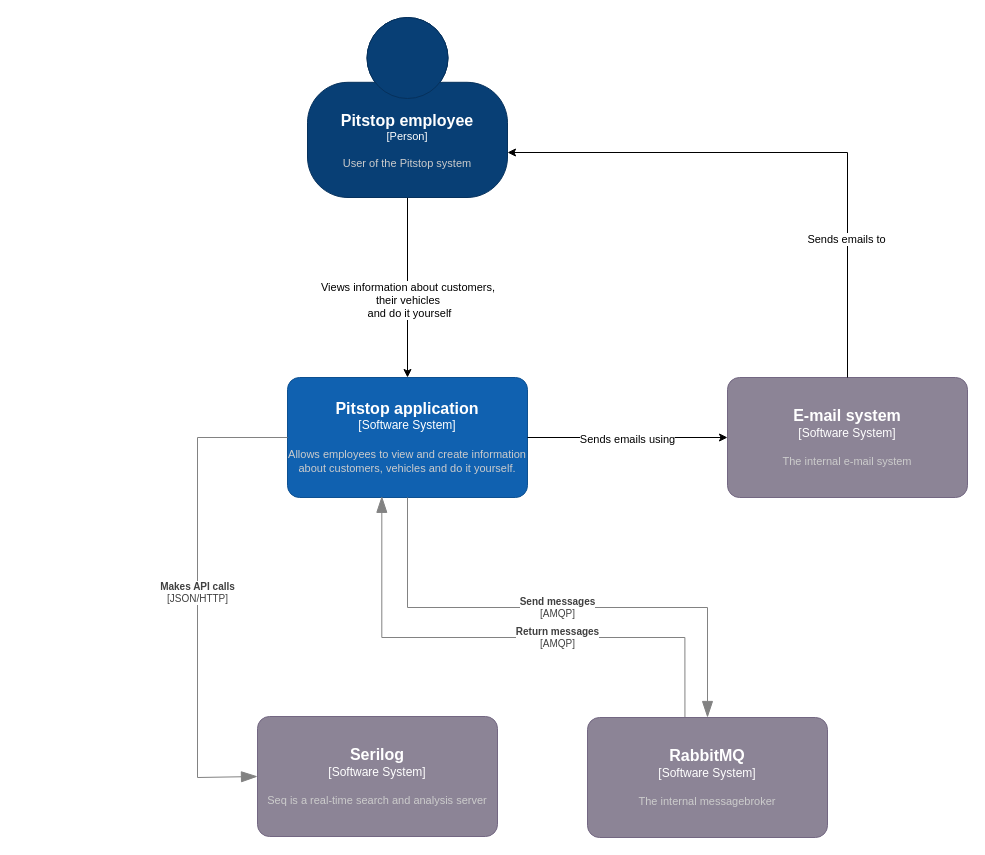
Earlier version of the draw.io diagram page "C4-system_context" (1 of 2) of c4/c4-pitstop.drawio (hanaim-devops/devops-bp-pitstop-uitbreiding-team-knoppert). Source tidied: cells renumbered, new cells numbered last; positions are measured from the earlier drawing's top-left corner, leaving out a move shared by most shapes. Both pictures are drawn from the tidied source at 100%, with x=0, y=0 at pixel (197, 17).
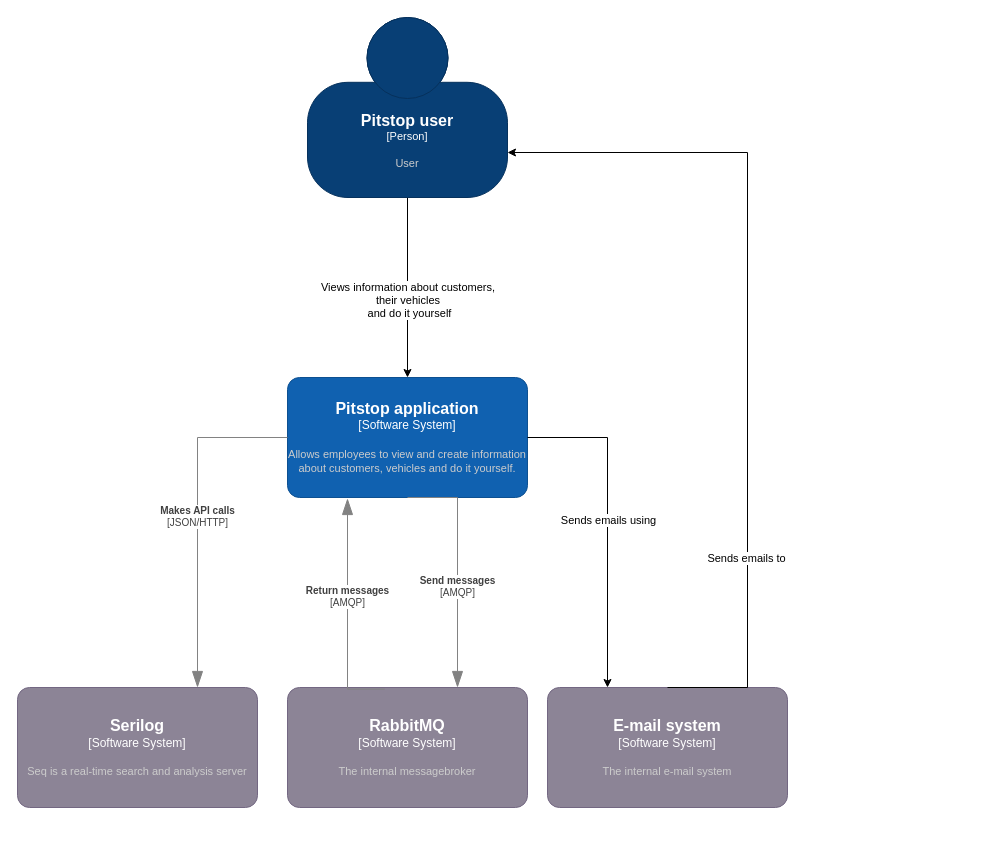
Above is the later version.

The change refers to these unchanged cells:
```xml
<object id="6" label="&lt;font style=&quot;font-size: 16px&quot;&gt;&lt;b&gt;%c4Name%&lt;/b&gt;&lt;/font&gt;&lt;div&gt;[%c4Type%]&lt;/div&gt;&lt;br&gt;&lt;div&gt;&lt;font style=&quot;font-size: 11px&quot;&gt;&lt;font color=&quot;#cccccc&quot;&gt;%c4Description%&lt;/font&gt;&lt;/div&gt;" c4Description="Allows employees to view and create  information about customers, vehicles and do it yourself." c4Name="Pitstop application" c4Type="Software System" placeholders="1">
  <mxCell style="rounded=1;whiteSpace=wrap;html=1;labelBackgroundColor=none;fillColor=#1061B0;fontColor=#ffffff;align=center;arcSize=10;strokeColor=#0D5091;points=[[0.25,0,0],[0.5,0,0],[0.75,0,0],[1,0.25,0],[1,0.5,0],[1,0.75,0],[0.75,1,0],[0.5,1,0],[0.25,1,0],[0,0.75,0],[0,0.5,0],[0,0.25,0]];" parent="1" vertex="1">
    <mxGeometry x="90" y="360" width="240" height="120" as="geometry" />
  </mxCell>
</object>
```

The edit, as a diff of the source:
```diff
@@
-    <object id="4" label="&lt;font style=&quot;font-size: 16px&quot;&gt;&lt;b&gt;%c4Name%&lt;/b&gt;&lt;/font&gt;&lt;div&gt;[%c4Type%]&lt;/div&gt;&lt;br&gt;&lt;div&gt;&lt;font style=&quot;font-size: 11px&quot;&gt;&lt;font color=&quot;#cccccc&quot;&gt;%c4Description%&lt;/font&gt;&lt;/div&gt;" c4Description="User of the Pitstop system" c4Name="Pitstop employee" c4Type="Person" placeholders="1">
+    <object id="4" label="&lt;font style=&quot;font-size: 16px&quot;&gt;&lt;b&gt;%c4Name%&lt;/b&gt;&lt;/font&gt;&lt;div&gt;[%c4Type%]&lt;/div&gt;&lt;br&gt;&lt;div&gt;&lt;font style=&quot;font-size: 11px&quot;&gt;&lt;font color=&quot;#cccccc&quot;&gt;%c4Description%&lt;/font&gt;&lt;/div&gt;" c4Description="User" c4Name="Pitstop user" c4Type="Person" placeholders="1">
       <mxCell style="html=1;fontSize=11;dashed=0;whiteSpace=wrap;fillColor=#083F75;strokeColor=#06315C;fontColor=#ffffff;shape=mxgraph.c4.person2;align=center;points=[[0.5,0,0],[1,0.5,0],[1,0.75,0],[0.75,1,0],[0.5,1,0],[0.25,1,0],[0,0.75,0],[0,0.5,0]];" parent="1" vertex="1">
         <mxGeometry x="110" width="200" height="180" as="geometry" />
       </mxCell>
     </object>
     <object id="5" label="&lt;font style=&quot;font-size: 16px&quot;&gt;&lt;b&gt;%c4Name%&lt;/b&gt;&lt;/font&gt;&lt;div&gt;[%c4Type%]&lt;/div&gt;&lt;br&gt;&lt;div&gt;&lt;font style=&quot;font-size: 11px&quot;&gt;&lt;font color=&quot;#cccccc&quot;&gt;%c4Description%&lt;/font&gt;&lt;/div&gt;" c4Description="The internal e-mail system" c4Name="E-mail system" c4Type="Software System" placeholders="1">
       <mxCell style="rounded=1;whiteSpace=wrap;html=1;labelBackgroundColor=none;fillColor=#8C8496;fontColor=#ffffff;align=center;arcSize=10;strokeColor=#736782;points=[[0.25,0,0],[0.5,0,0],[0.75,0,0],[1,0.25,0],[1,0.5,0],[1,0.75,0],[0.75,1,0],[0.5,1,0],[0.25,1,0],[0,0.75,0],[0,0.5,0],[0,0.25,0]];" parent="1" vertex="1">
-        <mxGeometry x="530" y="360" width="240" height="120" as="geometry" />
+        <mxGeometry x="350" y="670" width="240" height="120" as="geometry" />
       </mxCell>
     </object>
@@
     <mxCell id="7" style="edgeStyle=orthogonalEdgeStyle;rounded=0;jettySize=auto;html=1;exitX=0.5;exitY=0;exitDx=0;exitDy=0;exitPerimeter=0;entryX=1;entryY=0.75;entryDx=0;entryDy=0;entryPerimeter=0;" parent="1" edge="1" source="5" target="4">
-      <mxGeometry relative="1" as="geometry" />
+      <mxGeometry relative="1" as="geometry">
+        <Array as="points">
+          <mxPoint x="550" y="670" />
+          <mxPoint x="550" y="135" />
+        </Array>
+      </mxGeometry>
     </mxCell>
@@
-    <mxCell id="9" style="edgeStyle=orthogonalEdgeStyle;rounded=0;jettySize=auto;html=1;exitX=1;exitY=0.5;exitDx=0;exitDy=0;exitPerimeter=0;entryX=0;entryY=0.5;entryDx=0;entryDy=0;entryPerimeter=0;" parent="1" edge="1" source="6" target="5">
-      <mxGeometry relative="1" as="geometry" />
+    <mxCell id="9" style="edgeStyle=orthogonalEdgeStyle;rounded=0;jettySize=auto;html=1;exitX=1;exitY=0.5;exitDx=0;exitDy=0;exitPerimeter=0;entryX=0.25;entryY=0;entryDx=0;entryDy=0;entryPerimeter=0;" parent="1" edge="1" source="6" target="5">
+      <mxGeometry relative="1" as="geometry">
+        <Array as="points">
+          <mxPoint x="410" y="420" />
+        </Array>
+      </mxGeometry>
     </mxCell>
@@
     <object id="11" label="&lt;font style=&quot;font-size: 16px&quot;&gt;&lt;b&gt;%c4Name%&lt;/b&gt;&lt;/font&gt;&lt;div&gt;[%c4Type%]&lt;/div&gt;&lt;br&gt;&lt;div&gt;&lt;font style=&quot;font-size: 11px&quot;&gt;&lt;font color=&quot;#cccccc&quot;&gt;%c4Description%&lt;/font&gt;&lt;/div&gt;" c4Description="Seq is a real-time search and analysis server" c4Name="Serilog" c4Type="Software System" placeholders="1">
       <mxCell style="rounded=1;whiteSpace=wrap;html=1;labelBackgroundColor=none;fillColor=#8C8496;fontColor=#ffffff;align=center;arcSize=10;strokeColor=#736782;points=[[0.25,0,0],[0.5,0,0],[0.75,0,0],[1,0.25,0],[1,0.5,0],[1,0.75,0],[0.75,1,0],[0.5,1,0],[0.25,1,0],[0,0.75,0],[0,0.5,0],[0,0.25,0]];" parent="1" vertex="1">
-        <mxGeometry x="60" y="699" width="240" height="120" as="geometry" />
+        <mxGeometry x="-180" y="670" width="240" height="120" as="geometry" />
       </mxCell>
     </object>
     <object id="12" label="&lt;font style=&quot;font-size: 16px&quot;&gt;&lt;b&gt;%c4Name%&lt;/b&gt;&lt;/font&gt;&lt;div&gt;[%c4Type%]&lt;/div&gt;&lt;br&gt;&lt;div&gt;&lt;font style=&quot;font-size: 11px&quot;&gt;&lt;font color=&quot;#cccccc&quot;&gt;%c4Description%&lt;/font&gt;&lt;/div&gt;" c4Description="The internal messagebroker" c4Name="RabbitMQ" c4Type="Software System" placeholders="1">
       <mxCell style="rounded=1;whiteSpace=wrap;html=1;labelBackgroundColor=none;fillColor=#8C8496;fontColor=#ffffff;align=center;arcSize=10;strokeColor=#736782;points=[[0.25,0,0],[0.5,0,0],[0.75,0,0],[1,0.25,0],[1,0.5,0],[1,0.75,0],[0.75,1,0],[0.5,1,0],[0.25,1,0],[0,0.75,0],[0,0.5,0],[0,0.25,0]];" parent="1" vertex="1">
-        <mxGeometry x="390" y="700" width="240" height="120" as="geometry" />
+        <mxGeometry x="90" y="670" width="240" height="120" as="geometry" />
       </mxCell>
     </object>
     <object id="13" label="&lt;div style=&quot;text-align: left&quot;&gt;&lt;div style=&quot;text-align: center&quot;&gt;&lt;b&gt;%c4Description%&lt;/b&gt;&lt;/div&gt;&lt;div style=&quot;text-align: center&quot;&gt;[%c4Technology%]&lt;/div&gt;&lt;/div&gt;" c4Description="Makes API calls" c4Technology="JSON/HTTP" placeholders="1">
-      <mxCell style="endArrow=blockThin;html=1;fontSize=10;fontColor=#404040;strokeWidth=1;endFill=1;strokeColor=#828282;elbow=vertical;endSize=14;startSize=14;jumpStyle=arc;jumpSize=16;rounded=0;edgeStyle=orthogonalEdgeStyle;exitX=0;exitY=0.5;exitDx=0;exitDy=0;exitPerimeter=0;entryX=0;entryY=0.5;entryDx=0;entryDy=0;entryPerimeter=0;" parent="1" edge="1" source="6" target="11">
+      <mxCell style="endArrow=blockThin;html=1;fontSize=10;fontColor=#404040;strokeWidth=1;endFill=1;strokeColor=#828282;elbow=vertical;endSize=14;startSize=14;jumpStyle=arc;jumpSize=16;rounded=0;edgeStyle=orthogonalEdgeStyle;exitX=0;exitY=0.5;exitDx=0;exitDy=0;exitPerimeter=0;entryX=0.75;entryY=0;entryDx=0;entryDy=0;entryPerimeter=0;" parent="1" edge="1" source="6" target="11">
         <mxGeometry relative="1" as="geometry">
           <Array as="points">
             <mxPoint y="420" />
-            <mxPoint y="760" />
           </Array>
+          <mxPoint y="-1" as="offset" />
         </mxGeometry>
       </mxCell>
     </object>
     <object id="14" label="&lt;div style=&quot;text-align: left&quot;&gt;&lt;div style=&quot;text-align: center&quot;&gt;&lt;b&gt;%c4Description%&lt;/b&gt;&lt;/div&gt;&lt;div style=&quot;text-align: center&quot;&gt;[%c4Technology%]&lt;/div&gt;&lt;/div&gt;" c4Description="Send messages" c4Technology="AMQP" placeholders="1">
-      <mxCell style="endArrow=blockThin;html=1;fontSize=10;fontColor=#404040;strokeWidth=1;endFill=1;strokeColor=#828282;elbow=vertical;endSize=14;startSize=14;jumpStyle=arc;jumpSize=16;rounded=0;edgeStyle=orthogonalEdgeStyle;exitX=0.5;exitY=1;exitDx=0;exitDy=0;exitPerimeter=0;entryX=0.5;entryY=0;entryDx=0;entryDy=0;entryPerimeter=0;" parent="1" edge="1" source="6" target="12">
-        <mxGeometry relative="1" as="geometry" />
+      <mxCell style="endArrow=blockThin;html=1;fontSize=10;fontColor=#404040;strokeWidth=1;endFill=1;strokeColor=#828282;elbow=vertical;endSize=14;startSize=14;jumpStyle=arc;jumpSize=16;rounded=0;edgeStyle=orthogonalEdgeStyle;exitX=0.5;exitY=1;exitDx=0;exitDy=0;exitPerimeter=0;" parent="1" edge="1" source="6">
+        <mxGeometry x="0.17" relative="1" as="geometry">
+          <mxPoint x="260" y="670" as="targetPoint" />
+          <Array as="points">
+            <mxPoint x="260" y="480" />
+            <mxPoint x="260" y="670" />
+          </Array>
+          <mxPoint y="-1" as="offset" />
+        </mxGeometry>
       </mxCell>
     </object>
     <object id="15" label="&lt;div style=&quot;text-align: left&quot;&gt;&lt;div style=&quot;text-align: center&quot;&gt;&lt;b&gt;%c4Description%&lt;/b&gt;&lt;/div&gt;&lt;div style=&quot;text-align: center&quot;&gt;[%c4Technology%]&lt;/div&gt;&lt;/div&gt;" c4Description="Return messages" c4Technology="AMQP" placeholders="1">
-      <mxCell style="endArrow=blockThin;html=1;fontSize=10;fontColor=#404040;strokeWidth=1;endFill=1;strokeColor=#828282;elbow=vertical;endSize=14;startSize=14;jumpStyle=arc;jumpSize=16;rounded=0;edgeStyle=orthogonalEdgeStyle;entryX=0.393;entryY=0.99;entryDx=0;entryDy=0;entryPerimeter=0;exitX=0.406;exitY=-0.003;exitDx=0;exitDy=0;exitPerimeter=0;" parent="1" edge="1" source="12" target="6">
-        <mxGeometry x="-0.21" relative="1" as="geometry">
+      <mxCell style="endArrow=blockThin;html=1;fontSize=10;fontColor=#404040;strokeWidth=1;endFill=1;strokeColor=#828282;elbow=vertical;endSize=14;startSize=14;jumpStyle=arc;jumpSize=16;rounded=0;edgeStyle=orthogonalEdgeStyle;exitX=0.406;exitY=-0.003;exitDx=0;exitDy=0;exitPerimeter=0;" parent="1" edge="1">
+        <mxGeometry x="0.14" relative="1" as="geometry">
+          <mxPoint x="187.4" y="671.6" as="sourcePoint" />
+          <mxPoint x="150" y="481" as="targetPoint" />
           <Array as="points">
-            <mxPoint x="487" y="620" />
-            <mxPoint x="184" y="620" />
+            <mxPoint x="150" y="672" />
+            <mxPoint x="150" y="481" />
           </Array>
         </mxGeometry>
       </mxCell>
     </object>
```
